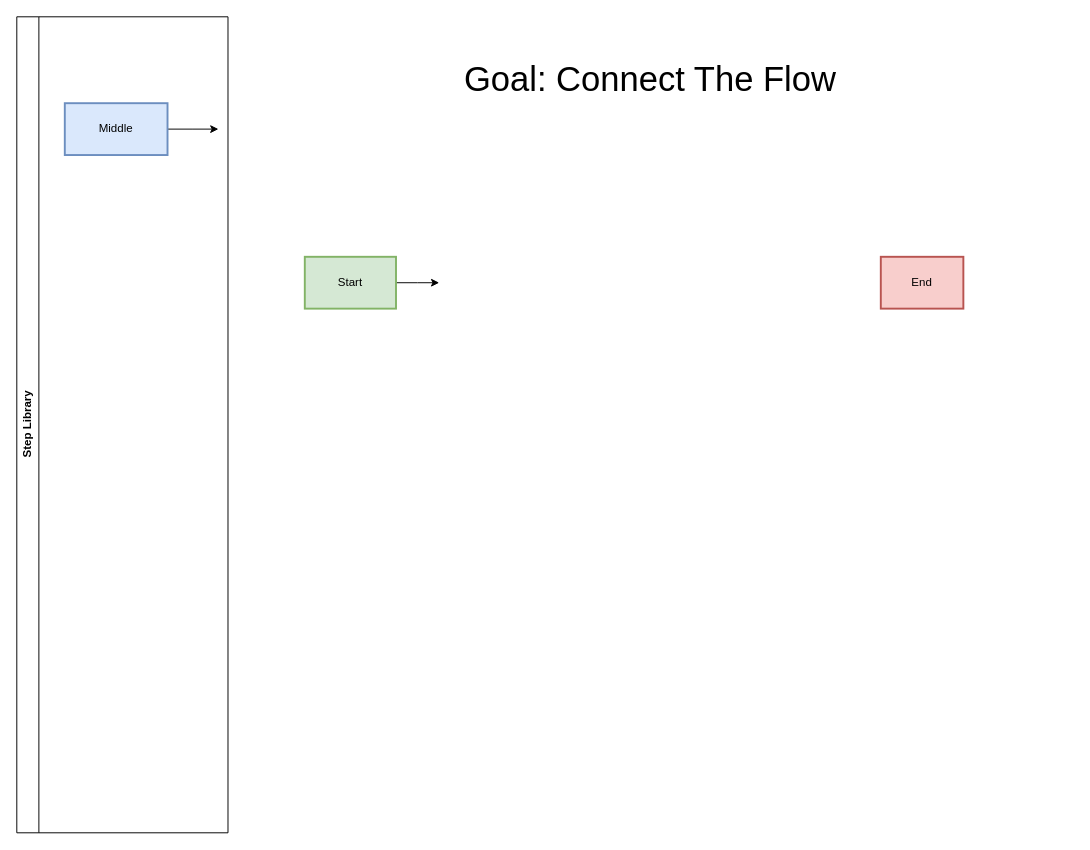
tracyannboyle/interview-tests keeps this draw.io diagram as Test Diagram.drawio.xml. Above is the earlier version. Source tidied: cells renumbered, new cells numbered last; positions are measured from the earlier drawing's top-left corner, leaving out a move shared by most shapes. Both pictures are drawn from the tidied source at 96%, with x=0, y=0 at pixel (16, 16).
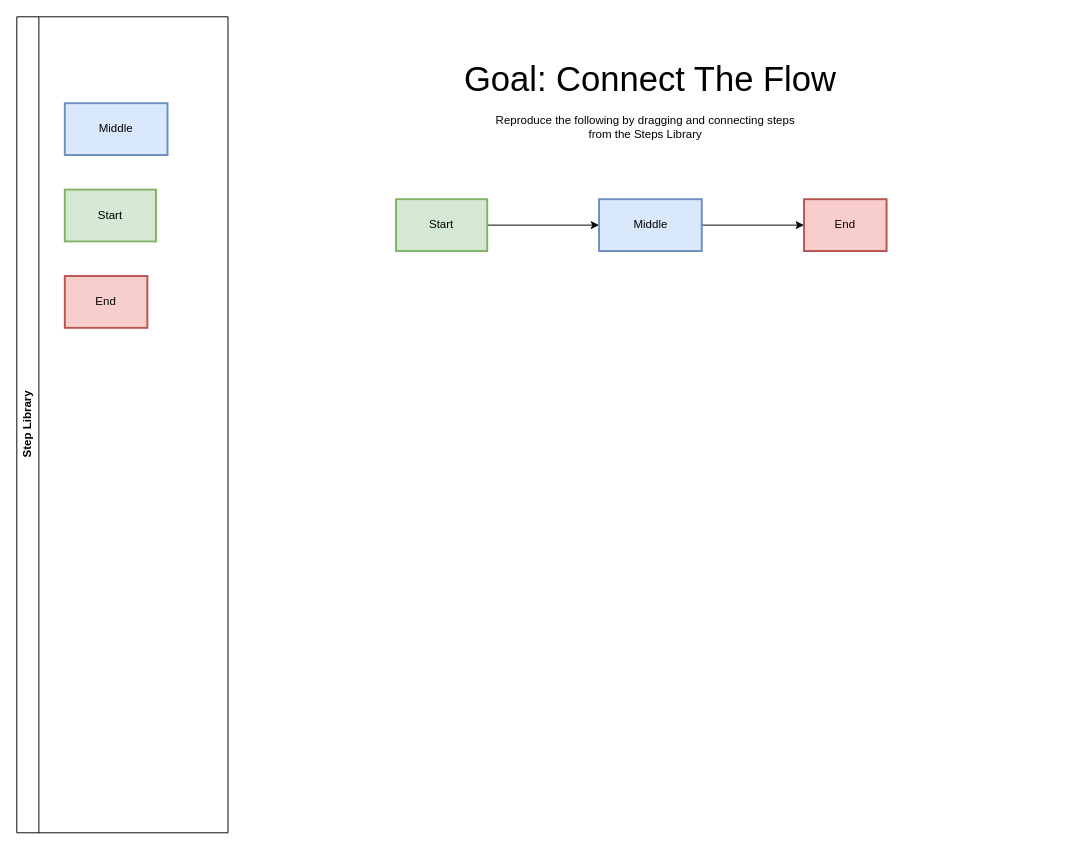
The same page after the edit.

Diff of the diagram source:
```diff
@@
 <mxGraphModel>
   <root>
     <mxCell id="0" />
     <mxCell id="1" parent="0" />
     <mxCell id="2" value="Step Library" style="swimlane;horizontal=0;whiteSpace=wrap;html=1;" parent="1" vertex="1">
       <mxGeometry width="220" height="850" as="geometry" />
     </mxCell>
     <mxCell id="3" value="Goal: Connect The Flow" style="text;html=1;align=center;verticalAlign=middle;whiteSpace=wrap;rounded=0;fontSize=36;" parent="1" vertex="1">
       <mxGeometry x="220" y="20" width="880" height="90" as="geometry" />
     </mxCell>
+    <mxCell id="10" value="Reproduce the following by dragging and connecting steps from the Steps Library" style="text;html=1;align=center;verticalAlign=middle;whiteSpace=wrap;rounded=0;" parent="1" vertex="1">
+      <mxGeometry x="490" y="100" width="330" height="30" as="geometry" />
+    </mxCell>
+    <mxCell id="11" style="edgeStyle=orthogonalEdgeStyle;rounded=0;jettySize=auto;html=1;entryX=0;entryY=0.5;entryDx=0;entryDy=0;" parent="1" edge="1" source="12" target="15">
+      <mxGeometry relative="1" as="geometry" />
+    </mxCell>
+    <mxCell id="12" value="Start" style="whiteSpace=wrap;strokeWidth=2;fillColor=#d5e8d4;strokeColor=#82b366;" parent="1" vertex="1">
+      <mxGeometry x="395" y="190" width="95" height="54" as="geometry" />
+    </mxCell>
+    <mxCell id="13" value="End" style="whiteSpace=wrap;strokeWidth=2;fillColor=#f8cecc;strokeColor=#b85450;" parent="1" vertex="1">
+      <mxGeometry x="820" y="190" width="86" height="54" as="geometry" />
+    </mxCell>
+    <mxCell id="14" style="edgeStyle=orthogonalEdgeStyle;rounded=0;jettySize=auto;html=1;entryX=0;entryY=0.5;entryDx=0;entryDy=0;" parent="1" edge="1" source="15" target="13">
+      <mxGeometry relative="1" as="geometry" />
+    </mxCell>
+    <mxCell id="15" value="Middle" style="whiteSpace=wrap;strokeWidth=2;fillColor=#dae8fc;strokeColor=#6c8ebf;" parent="1" vertex="1">
+      <mxGeometry x="606.5" y="190" width="107" height="54" as="geometry" />
+    </mxCell>
     <mxCell id="4" parent="0" />
-    <mxCell id="5" style="edgeStyle=orthogonalEdgeStyle;rounded=0;jettySize=auto;html=1;" parent="4" edge="1" source="6">
-      <mxGeometry relative="1" as="geometry">
-        <mxPoint x="440" y="277" as="targetPoint" />
-      </mxGeometry>
-    </mxCell>
     <mxCell id="6" value="Start" style="whiteSpace=wrap;strokeWidth=2;fillColor=#d5e8d4;strokeColor=#82b366;" parent="4" vertex="1">
-      <mxGeometry x="300" y="250" width="95" height="54" as="geometry" />
+      <mxGeometry x="50" y="180" width="95" height="54" as="geometry" />
     </mxCell>
     <mxCell id="7" value="End" style="whiteSpace=wrap;strokeWidth=2;fillColor=#f8cecc;strokeColor=#b85450;" parent="4" vertex="1">
-      <mxGeometry x="900" y="250" width="86" height="54" as="geometry" />
+      <mxGeometry x="50" y="270" width="86" height="54" as="geometry" />
     </mxCell>
-    <mxCell id="8" style="edgeStyle=orthogonalEdgeStyle;rounded=0;jettySize=auto;html=1;" parent="4" edge="1" source="9">
-      <mxGeometry relative="1" as="geometry">
-        <mxPoint x="210" y="117" as="targetPoint" />
-      </mxGeometry>
-    </mxCell>
     <mxCell id="9" value="Middle" style="whiteSpace=wrap;strokeWidth=2;fillColor=#dae8fc;strokeColor=#6c8ebf;" parent="4" vertex="1">
       <mxGeometry x="50" y="90" width="107" height="54" as="geometry" />
     </mxCell>
   </root>
 </mxGraphModel>
```
